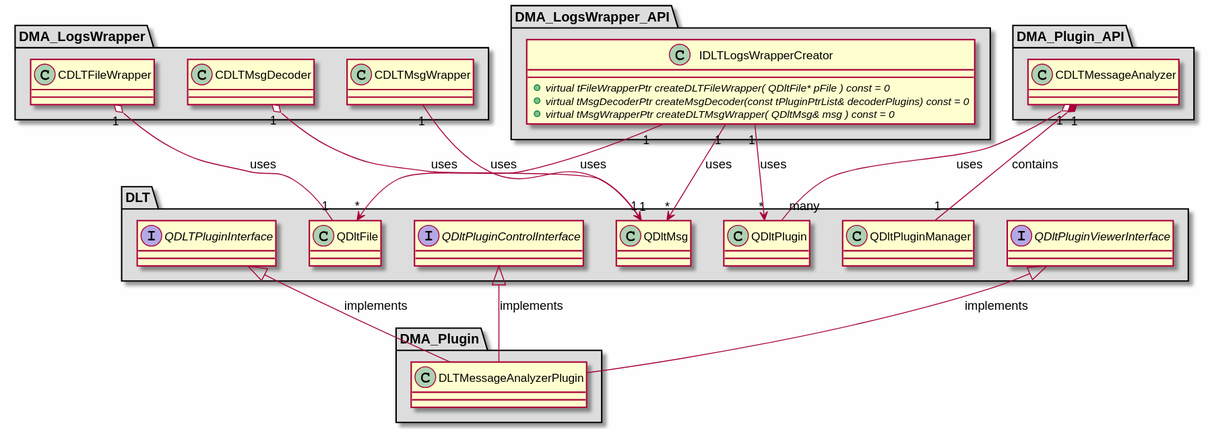
Earlier version of the PlantUML export md/dev_docs/puml/DLT.svg (svlad-90/DLT-Message-Analyzer).
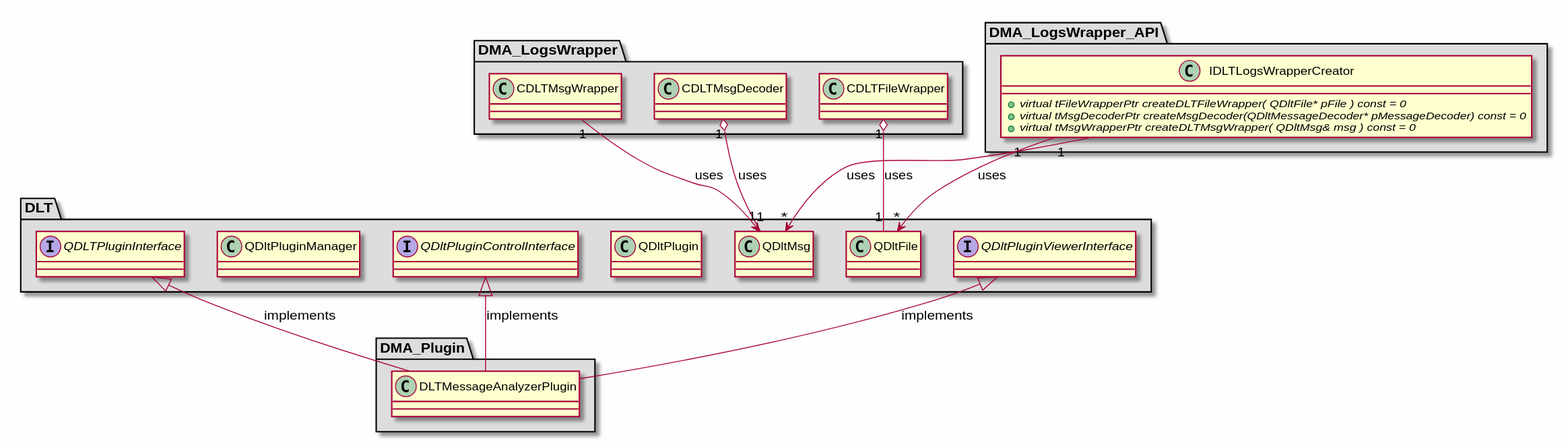
The same diagram one commit later.

Diff of the diagram source:
```diff
@@ -58,7 +58,7 @@
 class "IDLTLogsWrapperCreator"
 {
     + {abstract} virtual tFileWrapperPtr createDLTFileWrapper( QDltFile* pFile ) const = 0
-    + {abstract} virtual tMsgDecoderPtr createMsgDecoder(const tPluginPtrList& decoderPlugins) const = 0
+    + {abstract} virtual tMsgDecoderPtr createMsgDecoder(QDltMessageDecoder* pMessageDecoder) const = 0
     + {abstract} virtual tMsgWrapperPtr createDLTMsgWrapper( QDltMsg& msg ) const = 0
 }
 
@@ -73,15 +73,6 @@
 
 }
 
-package "DMA_Plugin_API" #DDDDDD
-{
-
-class "CDLTMessageAnalyzer"
-{
-}
-
-}
-
 QDLTPluginInterface <|-- DLTMessageAnalyzerPlugin : implements
 QDltPluginControlInterface <|-- DLTMessageAnalyzerPlugin : implements
 QDltPluginViewerInterface <|-- DLTMessageAnalyzerPlugin : implements
@@ -91,8 +82,5 @@
 CDLTMsgWrapper "1" --> "1" QDltMsg : uses
 IDLTLogsWrapperCreator "1" --> "*" QDltFile : uses
 IDLTLogsWrapperCreator "1" --> "*" QDltMsg : uses
-IDLTLogsWrapperCreator "1" --> "*" QDltPlugin : uses
-CDLTMessageAnalyzer "1" o-- "many" QDltPlugin : uses
-CDLTMessageAnalyzer "1" *-- "1" QDltPluginManager : contains
 
 @enduml
```
